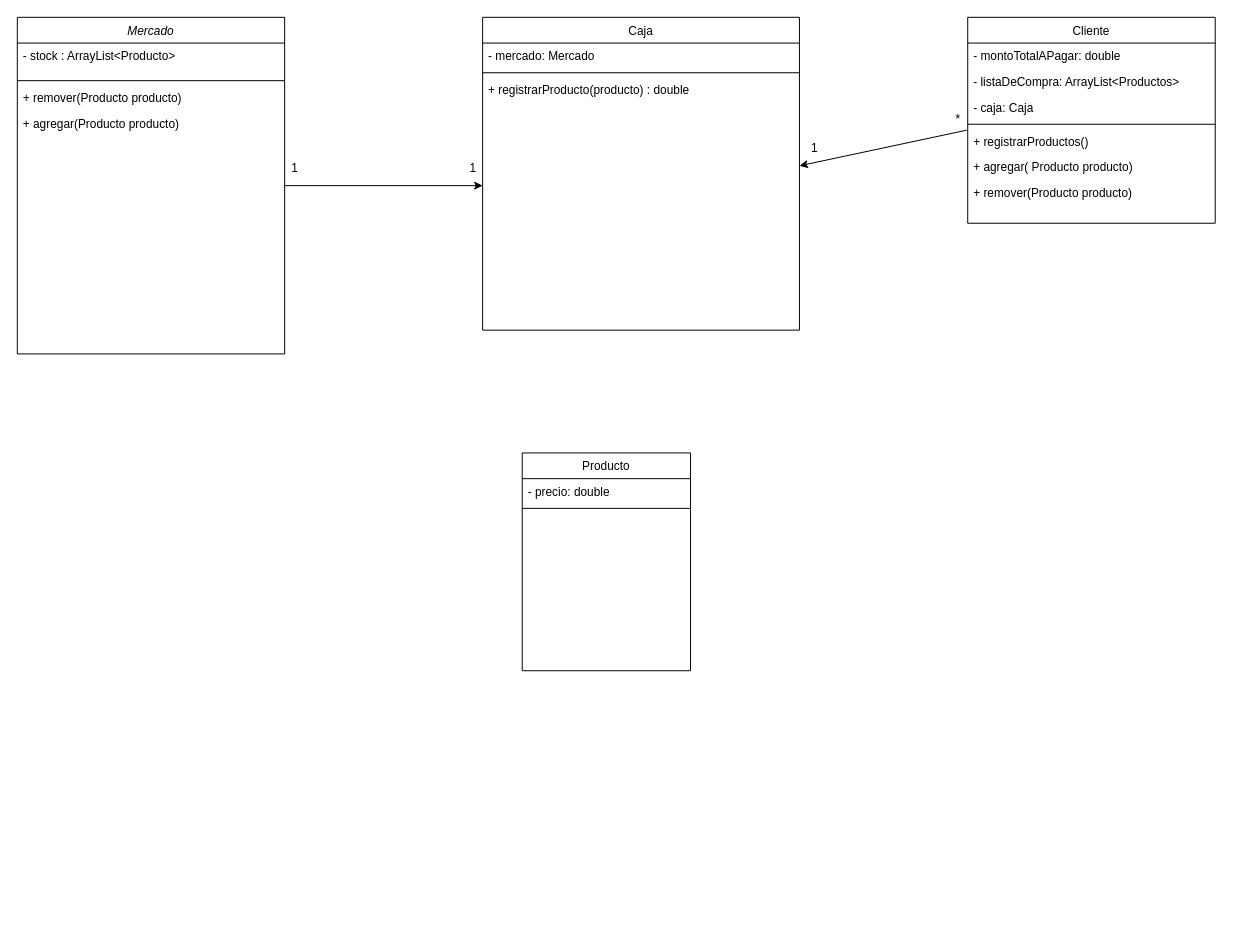
Earlier version of the draw.io diagram src/ar/edu/unq/po2/tp5/Diagrama sin título.drawio (Medina-Ivan-Angel/unqui-po2-medina). Source tidied: cells renumbered, new cells numbered last; positions are measured from the earlier drawing's top-left corner, leaving out a move shared by most shapes. Both pictures are drawn from the tidied source at 99%, with x=0, y=0 at pixel (17, 17).
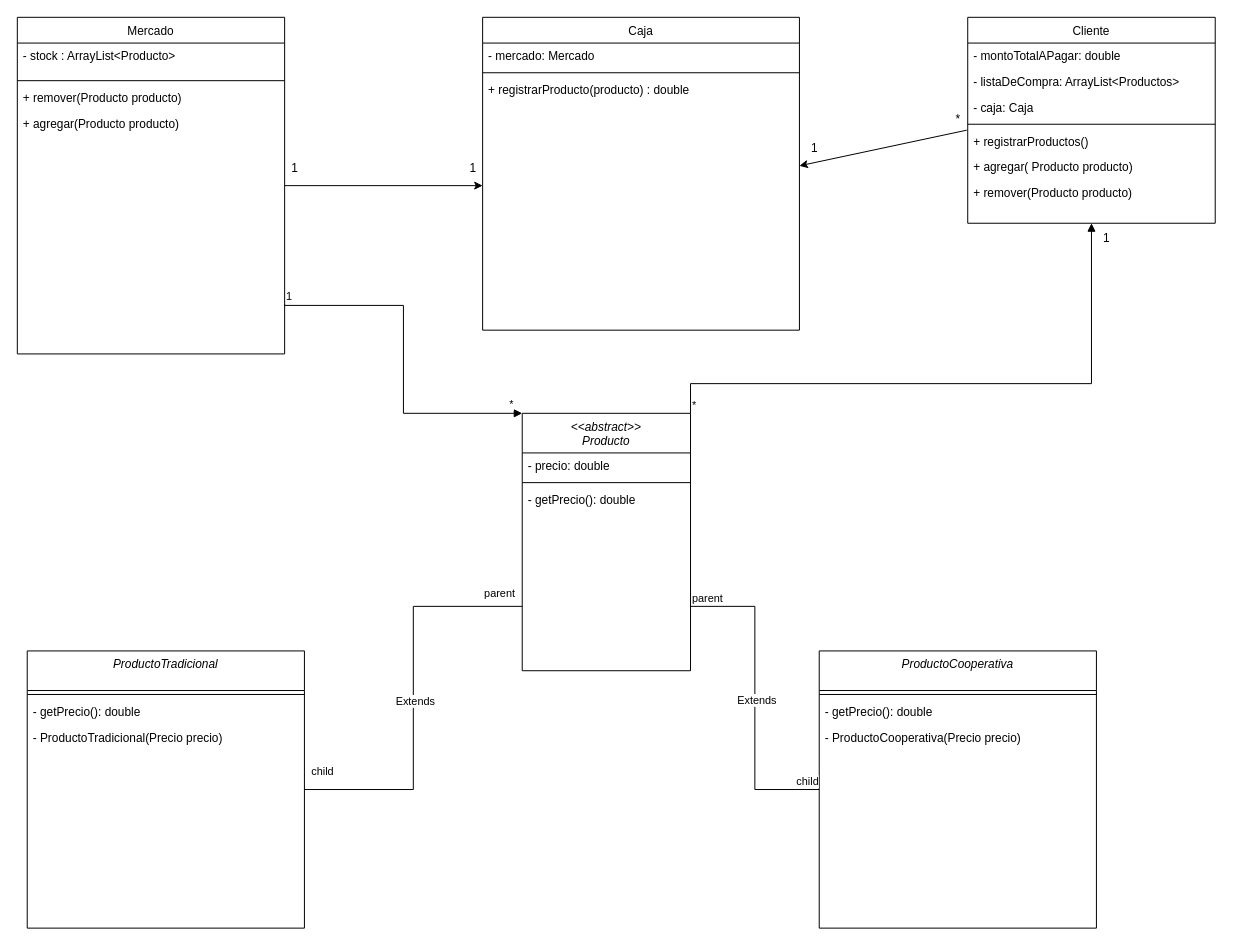
The same diagram, later.

Unchanged cells that the change refers to:
```xml
<mxCell id="7" value="Cliente" style="swimlane;fontStyle=0;align=center;verticalAlign=top;horizontal=1;startSize=26;rounded=0;shadow=0;strokeWidth=1;" parent="1" vertex="1">
  <mxGeometry x="960" width="250" height="208" as="geometry" />
</mxCell>
```

What changed in the source:
```diff
@@
-    <mxCell id="2" value="Mercado" style="swimlane;fontStyle=2;align=center;verticalAlign=top;horizontal=1;startSize=26;rounded=0;shadow=0;strokeWidth=1;" parent="1" vertex="1">
+    <mxCell id="2" value="Mercado" style="swimlane;fontStyle=0;align=center;verticalAlign=top;horizontal=1;startSize=26;rounded=0;shadow=0;strokeWidth=1;" parent="1" vertex="1">
       <mxGeometry width="270" height="340" as="geometry" />
     </mxCell>
@@
-    <mxCell id="15" value="Producto&#10;" style="swimlane;fontStyle=0;align=center;verticalAlign=top;horizontal=1;startSize=26;rounded=0;shadow=0;strokeWidth=1;" parent="1" vertex="1">
-      <mxGeometry x="510" y="440" width="170" height="220" as="geometry" />
+    <mxCell id="15" value="&lt;&lt;abstract&gt;&gt;&#10;Producto&#10;" style="swimlane;fontStyle=2;align=center;verticalAlign=top;horizontal=1;startSize=40;rounded=0;shadow=0;strokeWidth=1;" parent="1" vertex="1">
+      <mxGeometry x="510" y="400" width="170" height="260" as="geometry" />
     </mxCell>
     <mxCell id="16" value="- precio: double" style="text;align=left;verticalAlign=top;spacingLeft=4;spacingRight=4;overflow=hidden;" parent="15" vertex="1">
-      <mxGeometry y="26" width="170" height="26" as="geometry" />
+      <mxGeometry y="40" width="170" height="26" as="geometry" />
     </mxCell>
     <mxCell id="17" style="line;html=1;strokeWidth=1;align=left;verticalAlign=middle;spacingTop=-1;spacingLeft=3;spacingRight=3;labelPosition=right;" parent="15" vertex="1">
-      <mxGeometry y="52" width="170" height="8" as="geometry" />
+      <mxGeometry y="66" width="170" height="8" as="geometry" />
     </mxCell>
+    <mxCell id="28" value="- getPrecio(): double&#10;" style="text;align=left;verticalAlign=top;spacingLeft=4;spacingRight=4;overflow=hidden;" parent="15" vertex="1">
+      <mxGeometry y="74" width="170" height="26" as="geometry" />
+    </mxCell>
@@
+    <mxCell id="29" value="ProductoCooperativa" style="swimlane;fontStyle=2;align=center;verticalAlign=top;horizontal=1;startSize=40;rounded=0;shadow=0;strokeWidth=1;" parent="1" vertex="1">
+      <mxGeometry x="810" y="640" width="280" height="280" as="geometry" />
+    </mxCell>
+    <mxCell id="30" style="line;html=1;strokeWidth=1;align=left;verticalAlign=middle;spacingTop=-1;spacingLeft=3;spacingRight=3;labelPosition=right;" parent="29" vertex="1">
+      <mxGeometry y="40" width="280" height="8" as="geometry" />
+    </mxCell>
+    <mxCell id="31" value="- getPrecio(): double&#10;" style="text;align=left;verticalAlign=top;spacingLeft=4;spacingRight=4;overflow=hidden;" parent="29" vertex="1">
+      <mxGeometry y="48" width="280" height="26" as="geometry" />
+    </mxCell>
+    <mxCell id="32" value="- ProductoCooperativa(Precio precio)" style="text;align=left;verticalAlign=top;spacingLeft=4;spacingRight=4;overflow=hidden;" parent="29" vertex="1">
+      <mxGeometry y="74" width="280" height="26" as="geometry" />
+    </mxCell>
+    <mxCell id="33" style="endArrow=none;html=1;edgeStyle=orthogonalEdgeStyle;rounded=0;exitX=1;exitY=0.75;exitDx=0;exitDy=0;" parent="1" edge="1" source="15" target="29">
+      <mxGeometry relative="1" as="geometry" />
+    </mxCell>
+    <mxCell id="34" value="parent" style="edgeLabel;html=1;align=left;verticalAlign=bottom;" parent="33" vertex="1">
+      <mxGeometry x="-1" relative="1" as="geometry" />
+    </mxCell>
+    <mxCell id="35" value="child" style="edgeLabel;html=1;align=right;verticalAlign=bottom;" parent="33" vertex="1">
+      <mxGeometry x="1" relative="1" as="geometry" />
+    </mxCell>
+    <mxCell id="36" value="&lt;div&gt;Extends&lt;/div&gt;" style="edgeLabel;html=1;align=center;verticalAlign=middle;" parent="33" vertex="1">
+      <mxGeometry x="0.01" y="1" relative="1" as="geometry" />
+    </mxCell>
+    <mxCell id="37" value="ProductoTradicional" style="swimlane;fontStyle=2;align=center;verticalAlign=top;horizontal=1;startSize=40;rounded=0;shadow=0;strokeWidth=1;" parent="1" vertex="1">
+      <mxGeometry x="10" y="640" width="280" height="280" as="geometry" />
+    </mxCell>
+    <mxCell id="38" style="line;html=1;strokeWidth=1;align=left;verticalAlign=middle;spacingTop=-1;spacingLeft=3;spacingRight=3;labelPosition=right;" parent="37" vertex="1">
+      <mxGeometry y="40" width="280" height="8" as="geometry" />
+    </mxCell>
+    <mxCell id="39" value="- getPrecio(): double&#10;" style="text;align=left;verticalAlign=top;spacingLeft=4;spacingRight=4;overflow=hidden;" parent="37" vertex="1">
+      <mxGeometry y="48" width="280" height="26" as="geometry" />
+    </mxCell>
+    <mxCell id="40" value="- ProductoTradicional(Precio precio)" style="text;align=left;verticalAlign=top;spacingLeft=4;spacingRight=4;overflow=hidden;" parent="37" vertex="1">
+      <mxGeometry y="74" width="280" height="26" as="geometry" />
+    </mxCell>
+    <mxCell id="41" style="endArrow=none;html=1;edgeStyle=orthogonalEdgeStyle;rounded=0;exitX=0;exitY=0.75;exitDx=0;exitDy=0;entryX=1;entryY=0.5;entryDx=0;entryDy=0;" parent="1" edge="1" source="15" target="37">
+      <mxGeometry relative="1" as="geometry" />
+    </mxCell>
+    <mxCell id="42" value="parent" style="edgeLabel;html=1;align=left;verticalAlign=bottom;" parent="41" vertex="1">
+      <mxGeometry x="-1" relative="1" as="geometry">
+        <mxPoint x="-40" y="-5" as="offset" />
+      </mxGeometry>
+    </mxCell>
+    <mxCell id="43" value="child" style="edgeLabel;html=1;align=right;verticalAlign=bottom;" parent="41" vertex="1">
+      <mxGeometry x="1" relative="1" as="geometry">
+        <mxPoint x="30" y="-10" as="offset" />
+      </mxGeometry>
+    </mxCell>
+    <mxCell id="44" value="&lt;div&gt;Extends&lt;/div&gt;" style="edgeLabel;html=1;align=center;verticalAlign=middle;" parent="41" vertex="1">
+      <mxGeometry x="0.01" y="1" relative="1" as="geometry" />
+    </mxCell>
+    <mxCell id="45" style="endArrow=block;endFill=1;html=1;edgeStyle=orthogonalEdgeStyle;align=left;verticalAlign=top;rounded=0;entryX=0;entryY=0;entryDx=0;entryDy=0;" parent="1" edge="1" target="15">
+      <mxGeometry x="-1" relative="1" as="geometry">
+        <mxPoint x="270" y="290" as="sourcePoint" />
+        <Array as="points">
+          <mxPoint x="270" y="291" />
+          <mxPoint x="390" y="291" />
+          <mxPoint x="390" y="400" />
+        </Array>
+      </mxGeometry>
+    </mxCell>
+    <mxCell id="46" value="1" style="edgeLabel;html=1;align=left;verticalAlign=bottom;" parent="45" vertex="1">
+      <mxGeometry x="-1" relative="1" as="geometry" />
+    </mxCell>
+    <mxCell id="47" value="*" style="edgeLabel;html=1;align=center;verticalAlign=middle;" parent="45" vertex="1">
+      <mxGeometry x="0.93" y="3" relative="1" as="geometry">
+        <mxPoint y="-7" as="offset" />
+      </mxGeometry>
+    </mxCell>
+    <mxCell id="48" style="endArrow=block;endFill=1;html=1;edgeStyle=orthogonalEdgeStyle;align=left;verticalAlign=top;rounded=0;exitX=1;exitY=0;exitDx=0;exitDy=0;entryX=0.5;entryY=1;entryDx=0;entryDy=0;" parent="1" edge="1" source="15" target="7">
+      <mxGeometry x="-1" relative="1" as="geometry">
+        <Array as="points">
+          <mxPoint x="680" y="370" />
+          <mxPoint x="1085" y="370" />
+        </Array>
+      </mxGeometry>
+    </mxCell>
+    <mxCell id="49" value="*" style="edgeLabel;html=1;align=left;verticalAlign=bottom;" parent="48" vertex="1">
+      <mxGeometry x="-1" relative="1" as="geometry" />
+    </mxCell>
+    <mxCell id="50" value="1" style="text;html=1;align=center;verticalAlign=middle;strokeColor=none;fillColor=none;" parent="1" vertex="1">
+      <mxGeometry x="1085" y="208" width="30" height="30" as="geometry" />
+    </mxCell>
```
